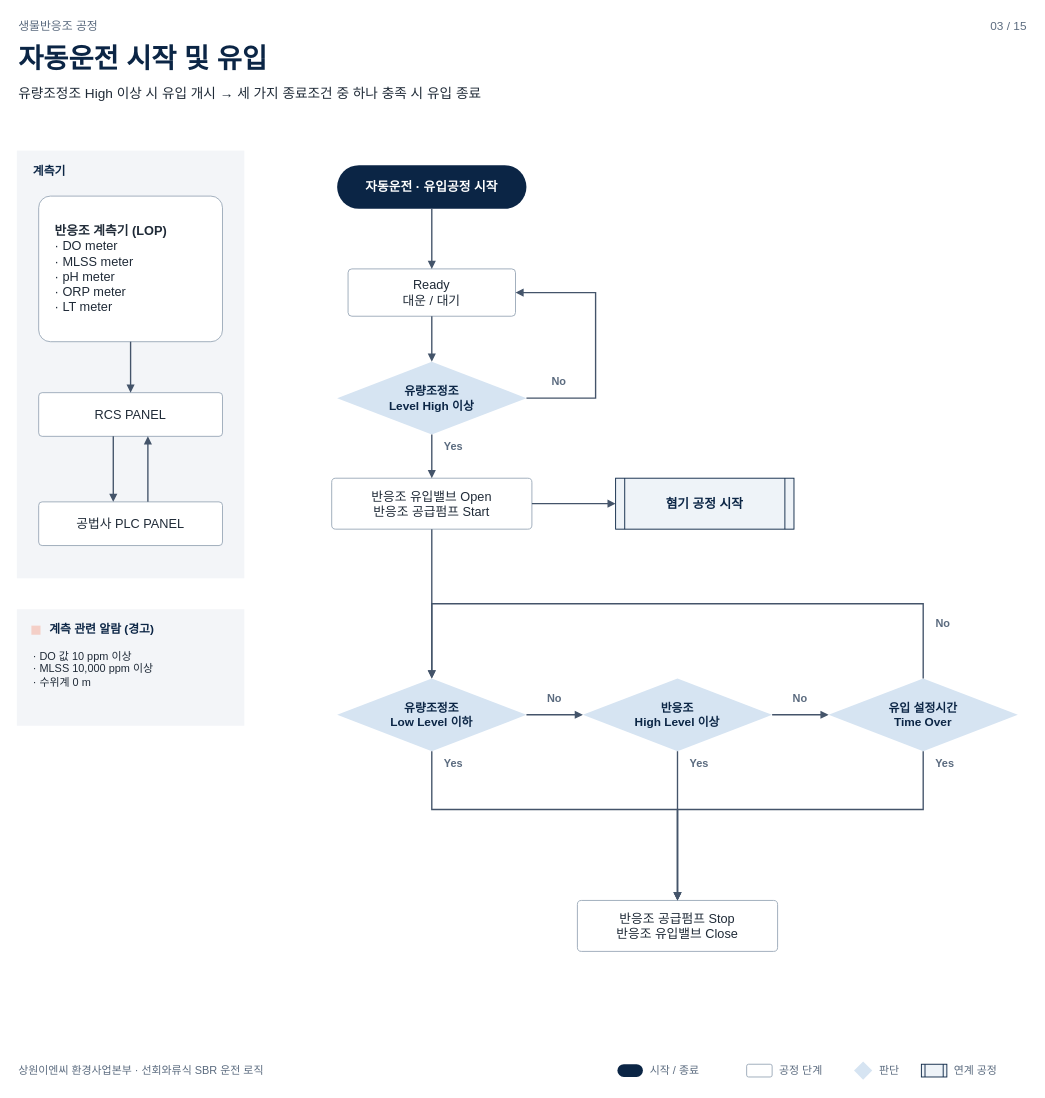
Earlier version of the draw.io diagram page "03 자동운전 시작 및 유입" (3 of 15) of operation-logic/261027_SBR_운전로직_플로우.drawio (taewoon82/sangwon-sbr-system). Source tidied: cells renumbered, new cells numbered last; positions are measured from the earlier drawing's top-left corner, leaving out a move shared by most shapes. Both pictures are drawn from the tidied source at 91%, with x=0, y=0 at pixel (16, 15).
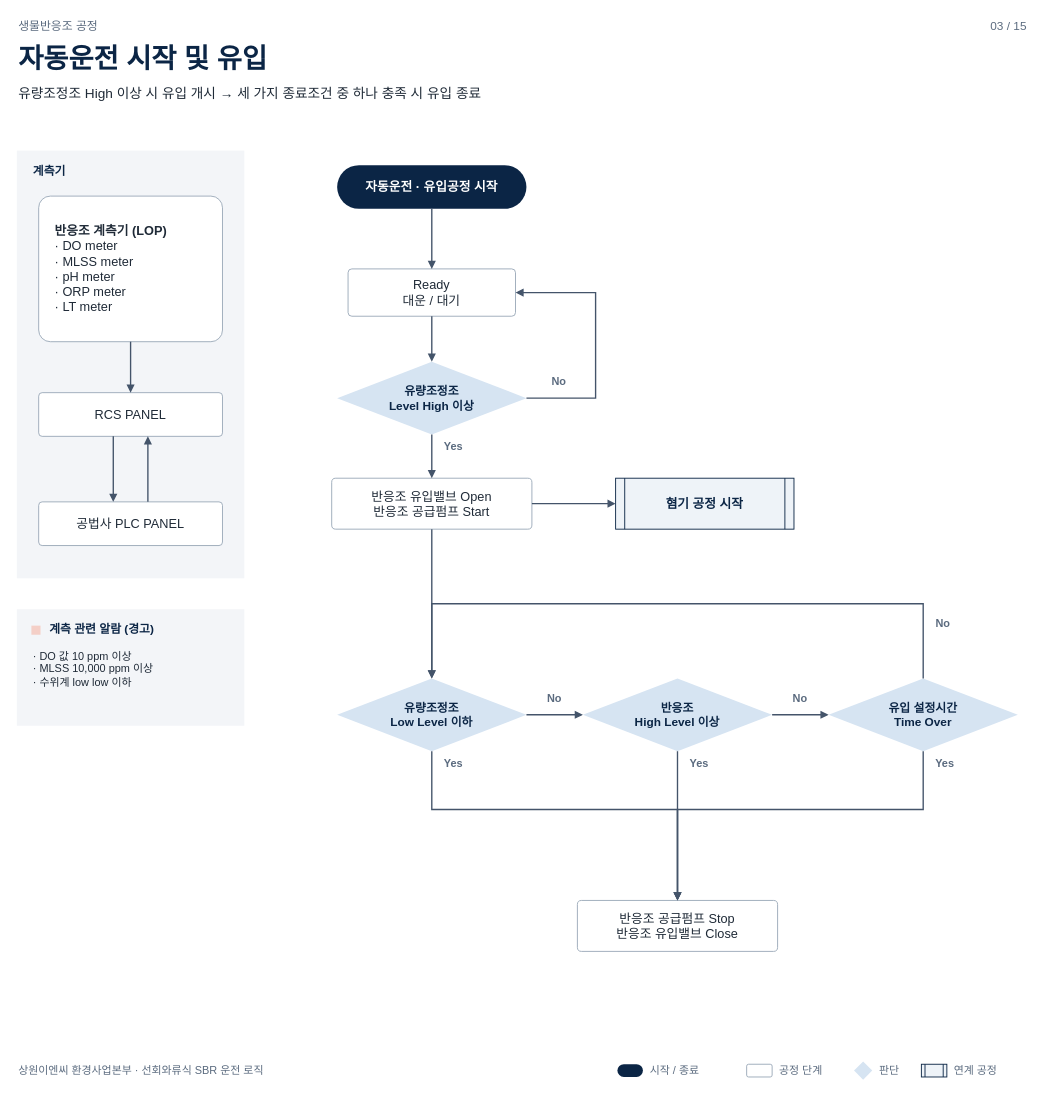
Above is the later version.

Diff of the diagram source:
```diff
@@
-    <mxCell id="22" value="· DO 값 10 ppm 이상&lt;br&gt;· MLSS 10,000 ppm 이상&lt;br&gt;· 수위계 0 m" style="text;html=1;strokeColor=none;fillColor=none;whiteSpace=wrap;fontFamily=GmarketSans;align=left;verticalAlign=top;fontSize=12;fontColor=#1F2A37;" parent="1" vertex="1">
+    <mxCell id="22" value="· DO 값 10 ppm 이상&lt;br&gt;· MLSS 10,000 ppm 이상&lt;br&gt;· 수위계 low low 이하" style="text;html=1;strokeColor=none;fillColor=none;whiteSpace=wrap;fontFamily=GmarketSans;align=left;verticalAlign=top;fontSize=12;fontColor=#1F2A37;" parent="1" vertex="1">
       <mxGeometry x="16" y="690" width="218" height="82" as="geometry" />
     </mxCell>
```
